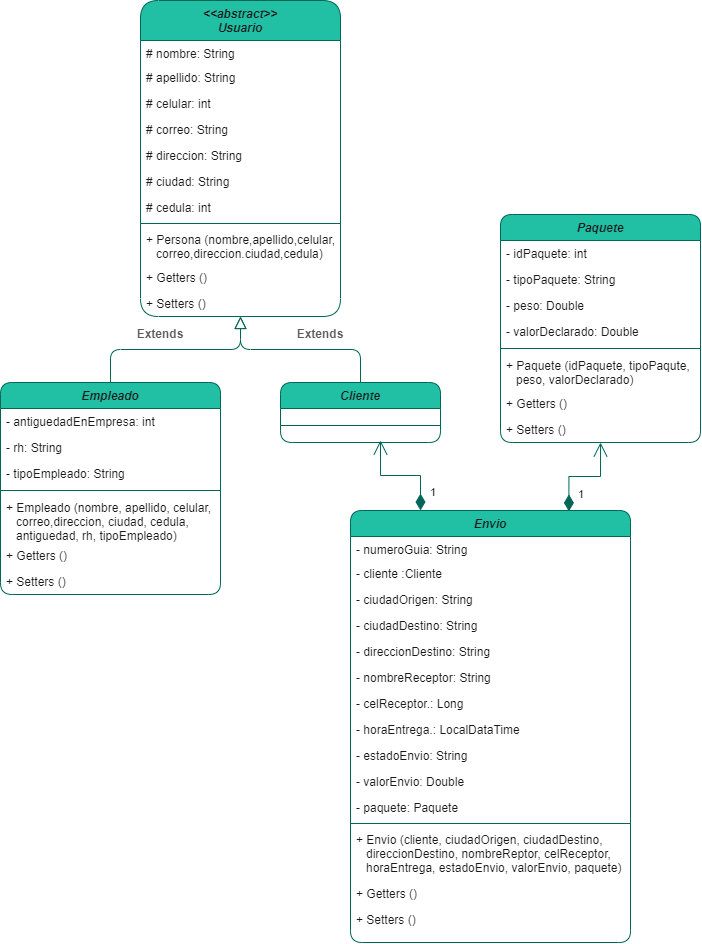
Above: Diagrama-proyectoIntegrador.drawio.png in Pipe1098/ProyectoIntegrador (draw.io), before the change. Source tidied: cells renumbered, new cells last; positions are measured from the earlier drawing's top-left corner, leaving out a move shared by most shapes.
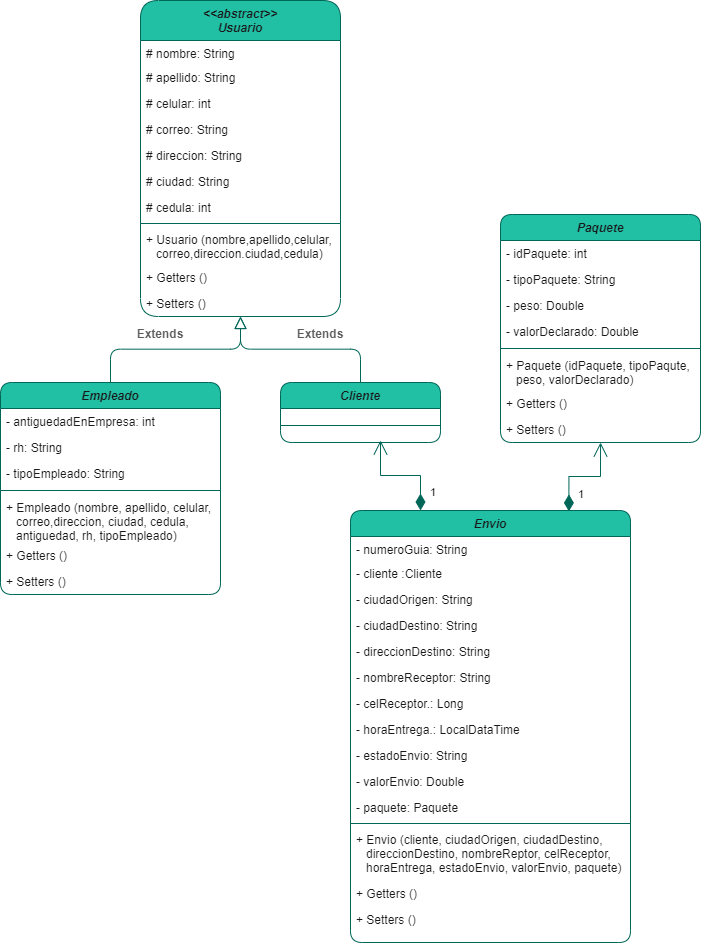
Above is the later version.

The edit, as a diff of the source:
```diff
@@ -29,7 +29,7 @@
     <mxCell id="10" style="line;html=1;strokeWidth=1;align=left;verticalAlign=middle;spacingTop=-1;spacingLeft=3;spacingRight=3;labelPosition=right;rounded=1;labelBackgroundColor=none;fillColor=#21C0A5;strokeColor=#006658;fontColor=#5C5C5C;" parent="2" vertex="1">
       <mxGeometry y="220" width="200" height="6" as="geometry" />
     </mxCell>
-    <mxCell id="11" value="+ Persona (nombre,apellido,celular,&#10;   correo,direccion.ciudad,cedula)&#10;" style="text;align=left;verticalAlign=top;spacingLeft=4;spacingRight=4;overflow=hidden;rounded=1;labelBackgroundColor=default;fontColor=#191919;" parent="2" vertex="1">
+    <mxCell id="11" value="+ Usuario (nombre,apellido,celular,&#10;   correo,direccion.ciudad,cedula)&#10;" style="text;align=left;verticalAlign=top;spacingLeft=4;spacingRight=4;overflow=hidden;rounded=1;labelBackgroundColor=default;fontColor=#191919;" parent="2" vertex="1">
       <mxGeometry y="226" width="200" height="38" as="geometry" />
     </mxCell>
     <mxCell id="12" value="+ Getters ()&#10;" style="text;align=left;verticalAlign=top;spacingLeft=4;spacingRight=4;overflow=hidden;rounded=1;shadow=0;html=0;labelBackgroundColor=none;fontColor=#191919;" parent="2" vertex="1">
```
